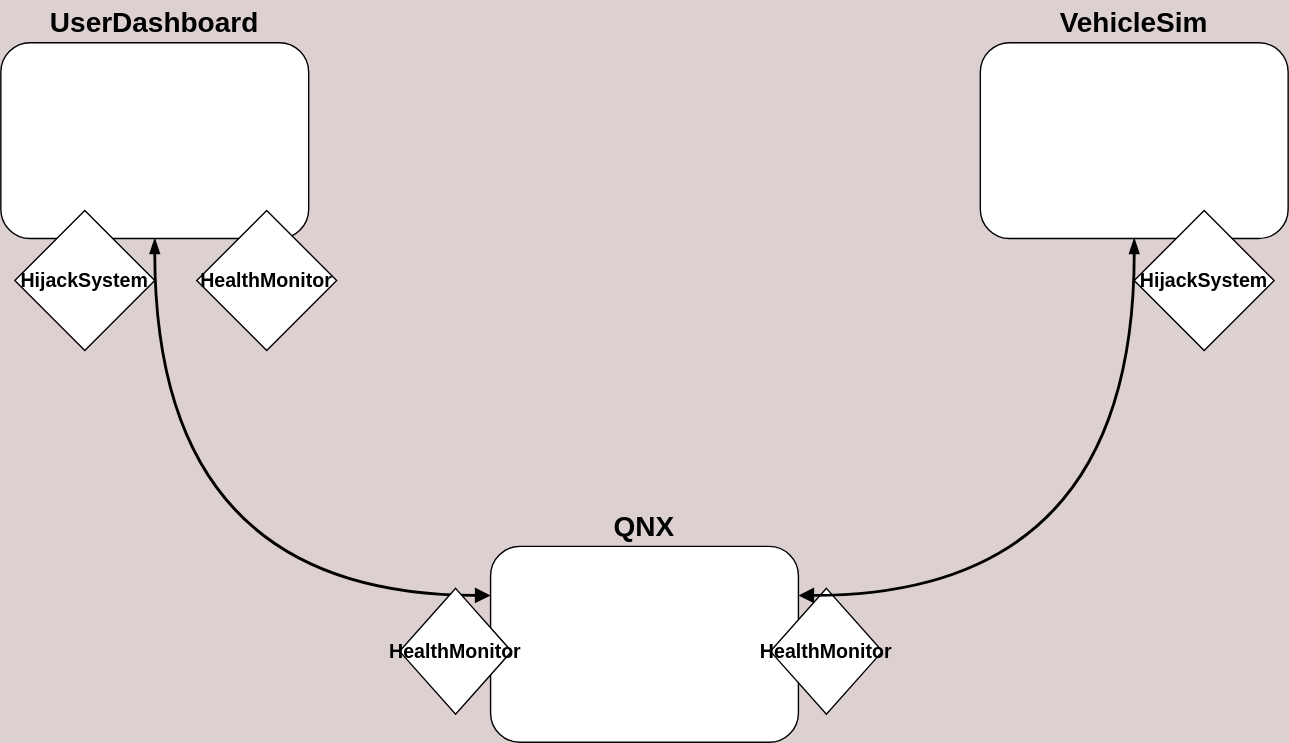
MarioPardo/QNX_VehicleControlSystem keeps this draw.io diagram as Documentation/CommArchitecture.svg. Above is the earlier version. Source tidied: cells renumbered, new cells last; positions are measured from the earlier drawing's top-left corner, leaving out a move shared by most shapes.
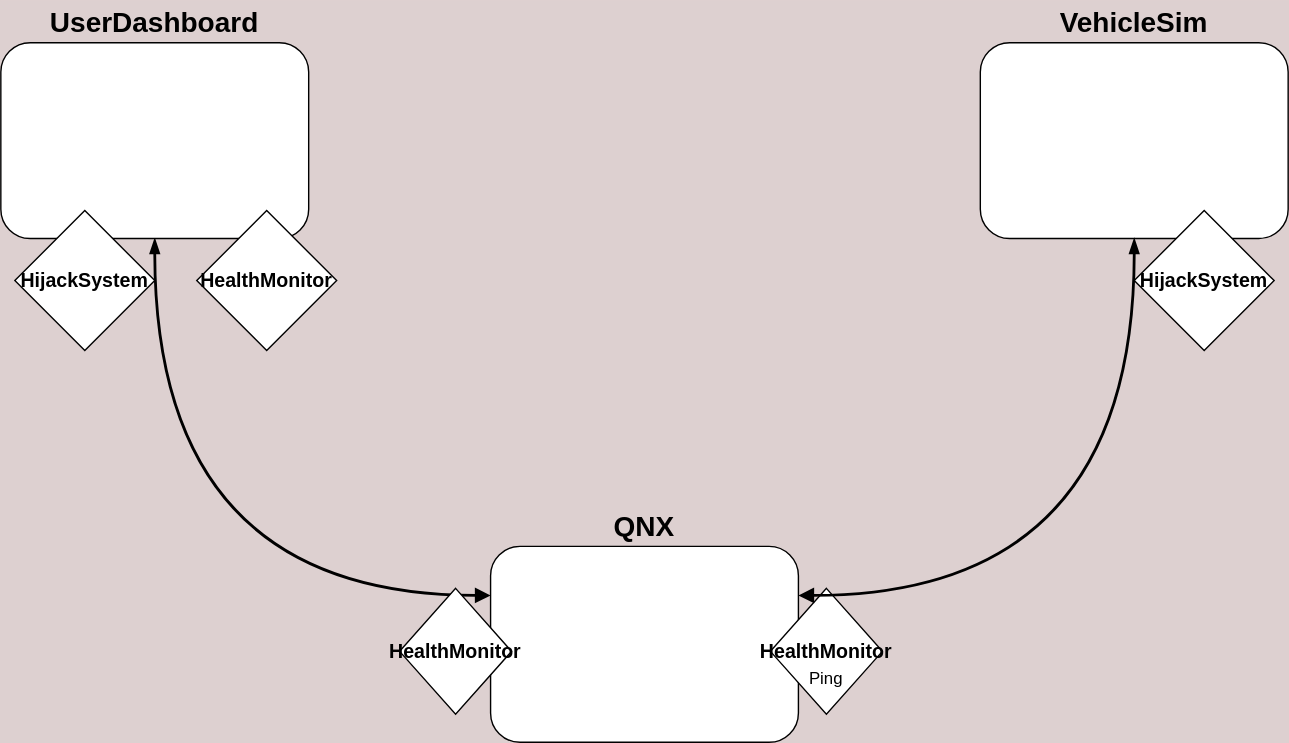
Above is the later version.

Change to the diagram source:
```diff
@@ -41,5 +41,8 @@
     <mxCell id="14" style="edgeStyle=orthogonalEdgeStyle;curved=1;html=1;exitX=0.5;exitY=1;exitDx=0;exitDy=0;entryX=1;entryY=0.25;entryDx=0;entryDy=0;endArrow=block;endFill=1;strokeColor=default;strokeWidth=2;startArrow=blockThin;startFill=1;" parent="1" edge="1" source="7" target="2">
       <mxGeometry relative="1" as="geometry" />
     </mxCell>
+    <mxCell id="15" value="Ping" style="text;html=1;align=center;verticalAlign=middle;whiteSpace=wrap;rounded=0;" parent="1" vertex="1">
+      <mxGeometry x="560" y="470" width="60" height="30" as="geometry" />
+    </mxCell>
   </root>
 </mxGraphModel>
```
